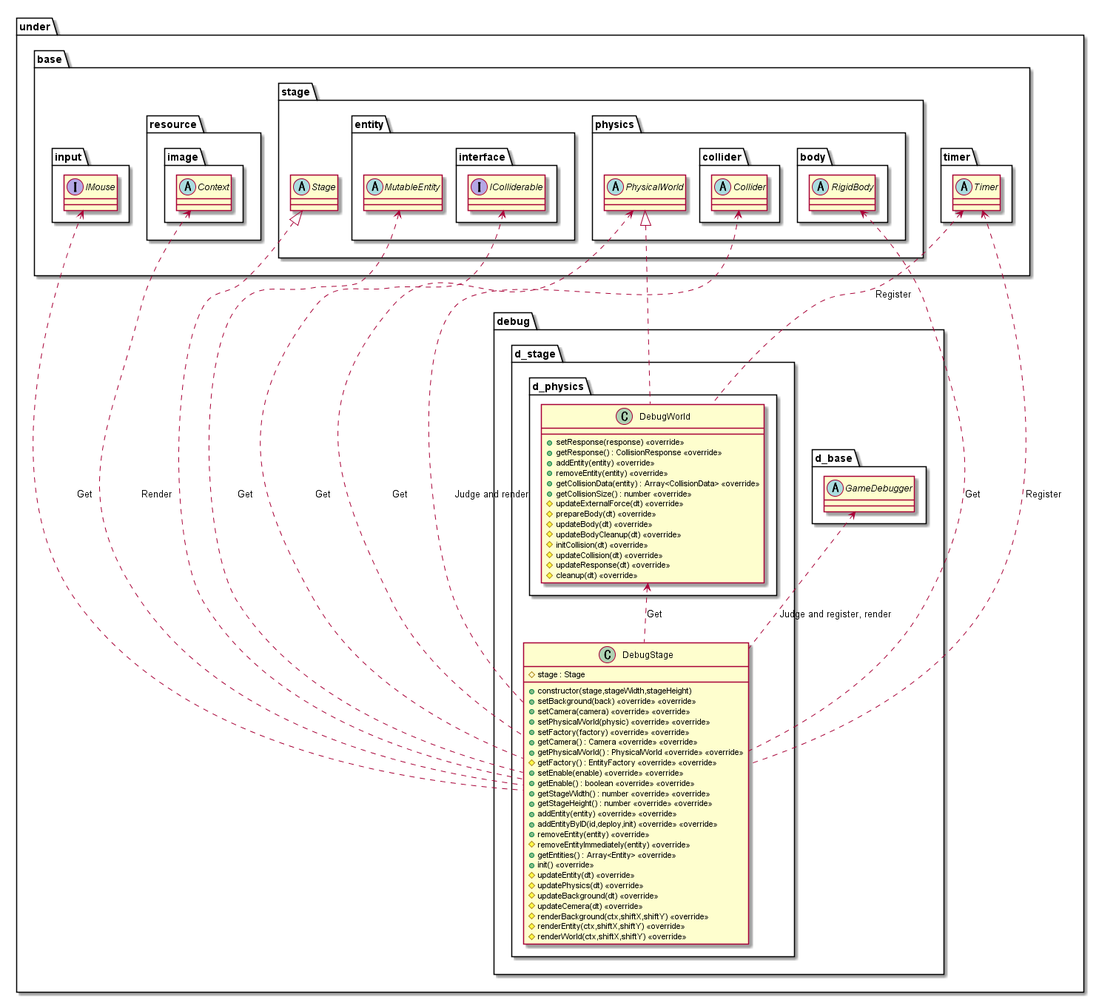
Above: out/uml/debug/Stage/DebugStage.png in Expine/Under (PlantUML), before the change.
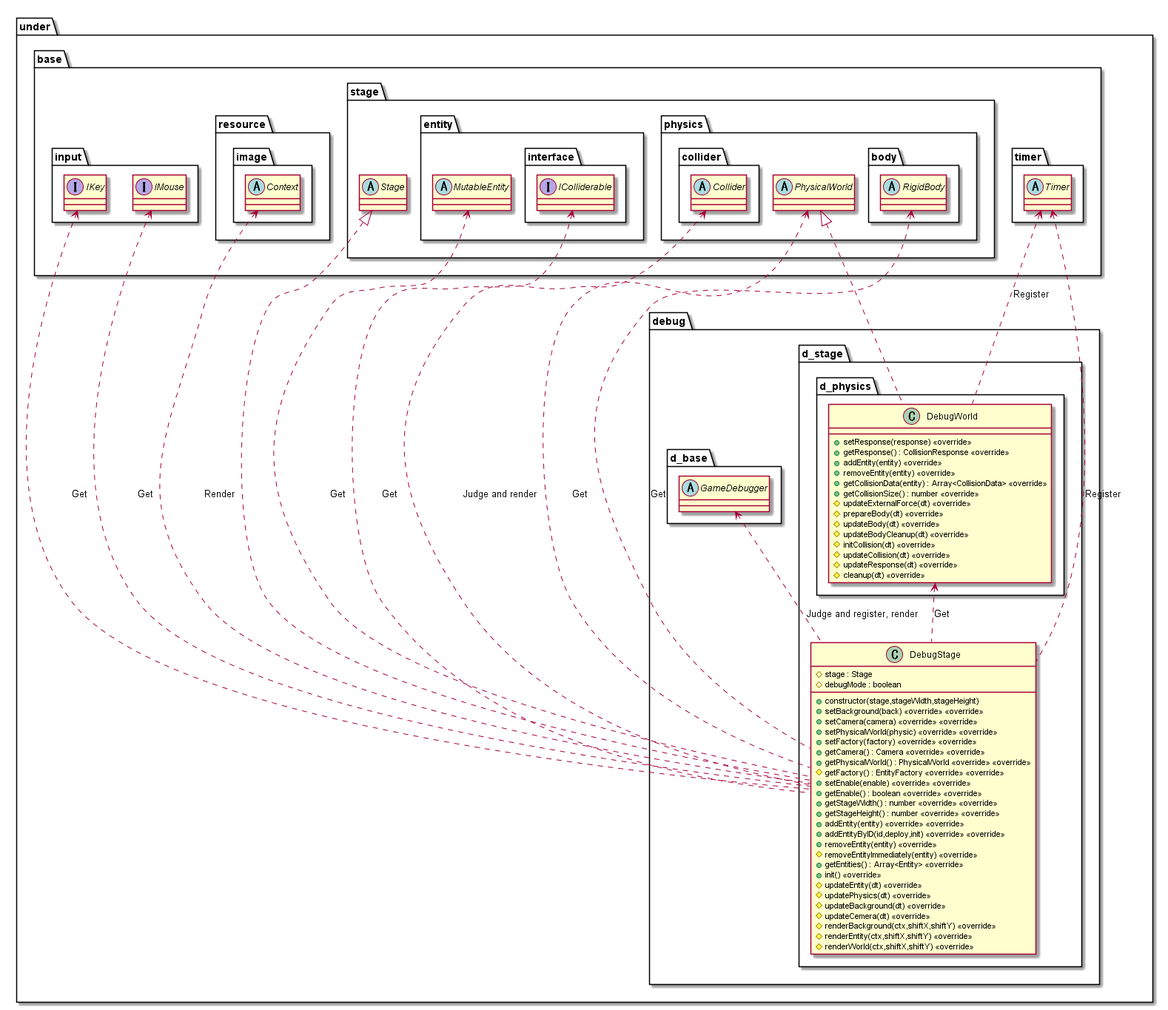
Above is the later version.

What changed in the source:
```diff
@@ -6,6 +6,7 @@
             class DebugStage {
                 +constructor(stage,stageWidth,stageHeight)
                 #stage : Stage
+                #debugMode : boolean
                 +setBackground(back) <<override>> <<override>>
                 +setCamera(camera) <<override>> <<override>>
                 +setPhysicalWorld(physic) <<override>> <<override>>
@@ -56,6 +57,7 @@
 package under {
     package base {
         package input  {
+            interface IKey
             interface IMouse
         }
         package resource {
@@ -94,6 +96,7 @@
 
 Timer <... DebugStage : Register
 GameDebugger <.. DebugStage : Judge and register, render
+IKey <... DebugStage : Get
 IMouse <... DebugStage : Get
 MutableEntity <... DebugStage : Get
 Collider <... DebugStage : Judge and render
```
